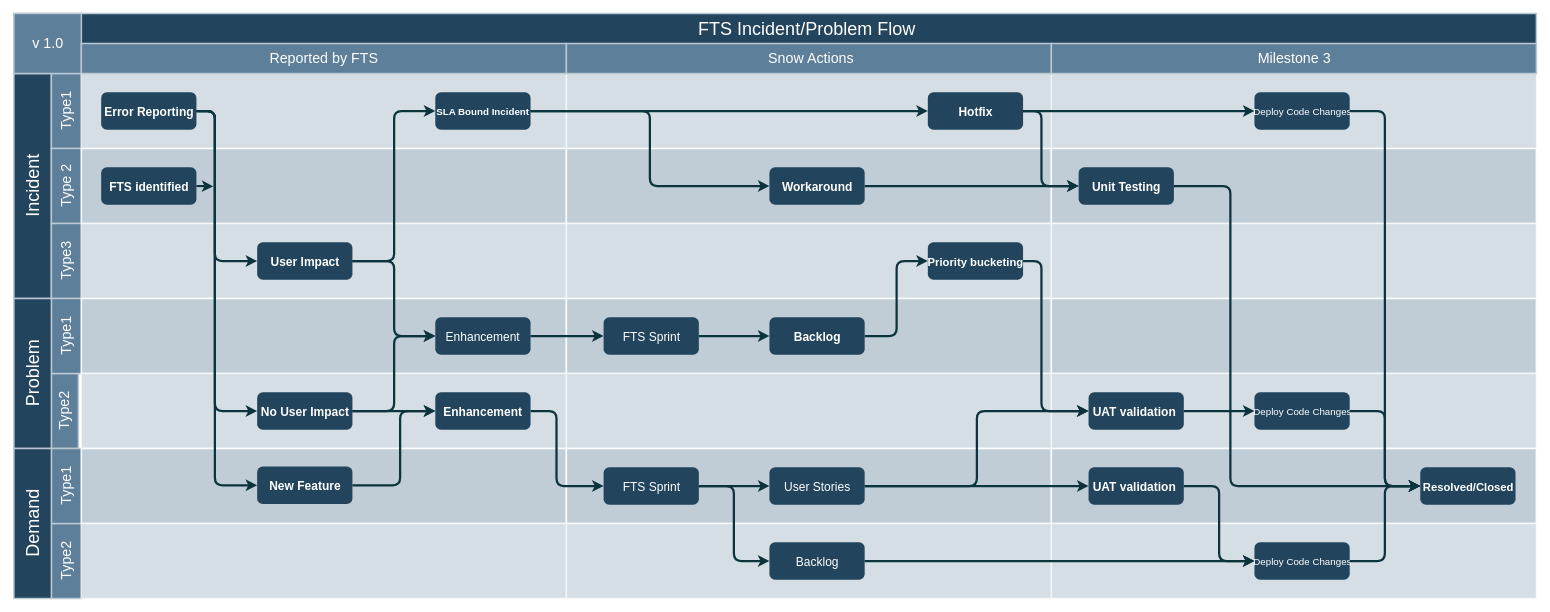
Above: FTS-incident-problem-flow.drawio in mainakdey-oa/diagramit (draw.io), before the change. Source tidied: cells renumbered, new cells numbered last; positions are measured from the earlier drawing's top-left corner, leaving out a move shared by most shapes. Both pictures are drawn from the tidied source at 75%, with x=0, y=0 at pixel (14, 13).
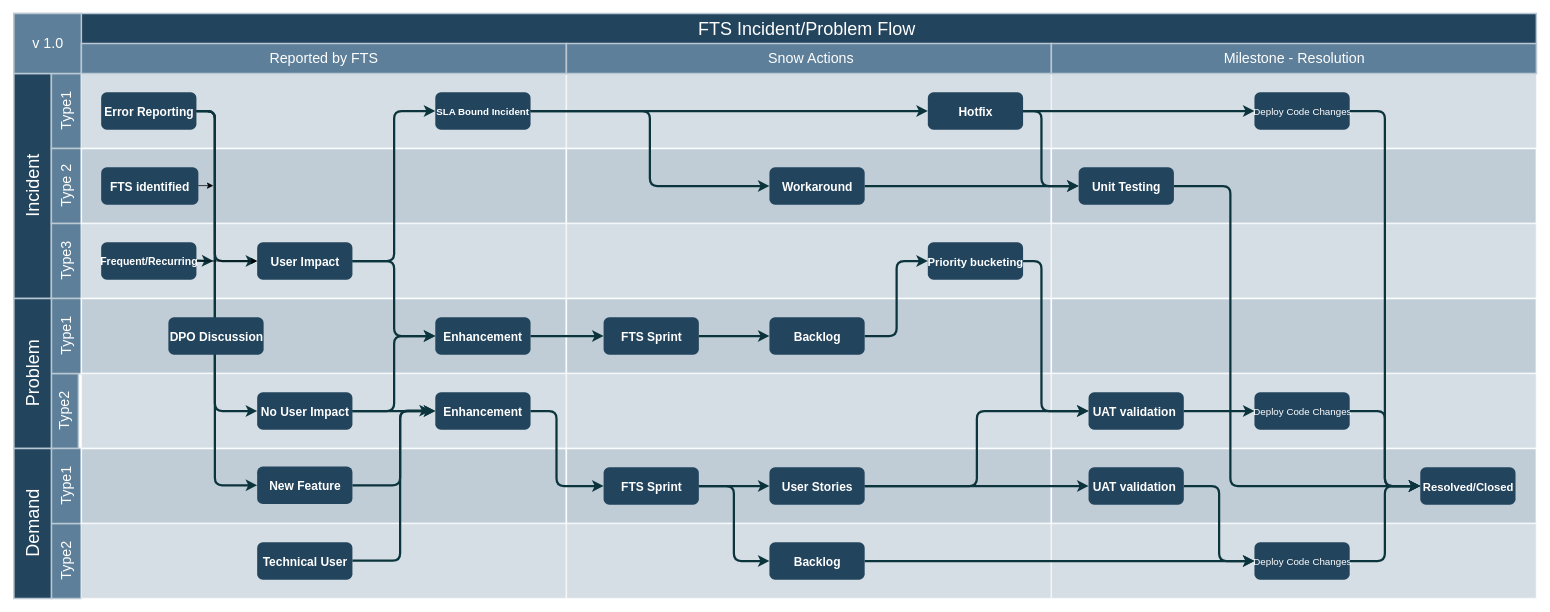
The same page after the edit.

The change refers to these unchanged cells:
```xml
<mxCell id="36" value="&lt;b style=&quot;font-size: 16px;&quot;&gt;&lt;font color=&quot;#ffffff&quot; style=&quot;font-size: 16px;&quot;&gt;Error Reporting&lt;/font&gt;&lt;/b&gt;" style="rounded=1;fillColor=#23445D;strokeColor=none;strokeWidth=2;fontFamily=Helvetica;html=1;gradientColor=none;fontSize=16;" parent="1" vertex="1">
  <mxGeometry x="116.4" y="105.5" width="127" height="50" as="geometry" />
</mxCell>
<mxCell id="38" value="&lt;font size=&quot;1&quot; color=&quot;#ffffff&quot;&gt;&lt;b style=&quot;font-size: 16px;&quot;&gt;User Impact&lt;/b&gt;&lt;/font&gt;" style="rounded=1;fillColor=#23445D;strokeColor=none;strokeWidth=2;fontFamily=Helvetica;html=1;gradientColor=none;" parent="1" vertex="1">
  <mxGeometry x="324.4" y="305.5" width="127" height="50" as="geometry" />
</mxCell>
<mxCell id="41" value="&lt;b&gt;&lt;font style=&quot;font-size: 16px;&quot; color=&quot;#ffffff&quot;&gt;New Feature&lt;/font&gt;&lt;/b&gt;" style="rounded=1;fillColor=#23445D;strokeColor=none;strokeWidth=2;fontFamily=Helvetica;html=1;gradientColor=none;" parent="1" vertex="1">
  <mxGeometry x="324.4" y="604.5" width="127" height="50" as="geometry" />
</mxCell>
<mxCell id="86" value="FTS" style="group;" parent="1" vertex="1">
  <mxGeometry x="90" y="40.5" width="646.7" height="40" as="geometry" />
</mxCell>
```

Change to the diagram source:
```diff
@@
-    <mxCell id="39" value="&lt;font style=&quot;font-size: 16px;&quot; color=&quot;#ffffff&quot;&gt;Enhancement&lt;/font&gt;" style="rounded=1;fillColor=#23445D;strokeColor=none;strokeWidth=2;fontFamily=Helvetica;html=1;gradientColor=none;" parent="1" vertex="1">
+    <mxCell id="39" value="&lt;font style=&quot;font-size: 16px;&quot; color=&quot;#ffffff&quot;&gt;&lt;b&gt;Enhancement&lt;/b&gt;&lt;/font&gt;" style="rounded=1;fillColor=#23445D;strokeColor=none;strokeWidth=2;fontFamily=Helvetica;html=1;gradientColor=none;" parent="1" vertex="1">
       <mxGeometry x="561.9" y="405.5" width="127" height="50" as="geometry" />
     </mxCell>
@@
-    <mxCell id="47" value="&lt;font style=&quot;font-size: 16px;&quot; color=&quot;#ffffff&quot;&gt;Backlog&lt;/font&gt;" style="rounded=1;fillColor=#23445D;strokeColor=none;strokeWidth=2;fontFamily=Helvetica;html=1;gradientColor=none;" parent="1" vertex="1">
+    <mxCell id="47" value="&lt;font style=&quot;font-size: 16px;&quot; color=&quot;#ffffff&quot;&gt;&lt;b&gt;Backlog&lt;/b&gt;&lt;/font&gt;" style="rounded=1;fillColor=#23445D;strokeColor=none;strokeWidth=2;fontFamily=Helvetica;html=1;gradientColor=none;" parent="1" vertex="1">
       <mxGeometry x="1007.4" y="705.5" width="127" height="50" as="geometry" />
     </mxCell>
-    <mxCell id="48" value="&lt;font style=&quot;font-size: 16px;&quot; color=&quot;#ffffff&quot;&gt;FTS Sprint&lt;/font&gt;" style="rounded=1;fillColor=#23445D;strokeColor=none;strokeWidth=2;fontFamily=Helvetica;html=1;gradientColor=none;" parent="1" vertex="1">
+    <mxCell id="48" value="&lt;font style=&quot;font-size: 16px;&quot; color=&quot;#ffffff&quot;&gt;&lt;b&gt;FTS Sprint&lt;/b&gt;&lt;/font&gt;" style="rounded=1;fillColor=#23445D;strokeColor=none;strokeWidth=2;fontFamily=Helvetica;html=1;gradientColor=none;" parent="1" vertex="1">
       <mxGeometry x="786.3" y="605.5" width="127" height="50" as="geometry" />
     </mxCell>
-    <mxCell id="49" value="&lt;font style=&quot;font-size: 16px;&quot; color=&quot;#ffffff&quot;&gt;User Stories&lt;/font&gt;" style="rounded=1;fillColor=#23445D;strokeColor=none;strokeWidth=2;fontFamily=Helvetica;html=1;gradientColor=none;" parent="1" vertex="1">
+    <mxCell id="49" value="&lt;font style=&quot;font-size: 16px;&quot; color=&quot;#ffffff&quot;&gt;&lt;b&gt;User Stories&lt;/b&gt;&lt;/font&gt;" style="rounded=1;fillColor=#23445D;strokeColor=none;strokeWidth=2;fontFamily=Helvetica;html=1;gradientColor=none;" parent="1" vertex="1">
       <mxGeometry x="1007.4" y="605.5" width="127" height="50" as="geometry" />
     </mxCell>
-    <mxCell id="50" value="&lt;font style=&quot;font-size: 16px;&quot; color=&quot;#ffffff&quot;&gt;FTS Sprint&lt;/font&gt;" style="rounded=1;fillColor=#23445D;strokeColor=none;strokeWidth=2;fontFamily=Helvetica;html=1;gradientColor=none;" parent="1" vertex="1">
+    <mxCell id="50" value="&lt;font style=&quot;font-size: 16px;&quot; color=&quot;#ffffff&quot;&gt;&lt;b&gt;FTS Sprint&lt;/b&gt;&lt;/font&gt;" style="rounded=1;fillColor=#23445D;strokeColor=none;strokeWidth=2;fontFamily=Helvetica;html=1;gradientColor=none;" parent="1" vertex="1">
       <mxGeometry x="786.3" y="405.5" width="127" height="50" as="geometry" />
     </mxCell>
@@
     <mxCell id="59" style="edgeStyle=elbowEdgeStyle;elbow=horizontal;strokeWidth=3;strokeColor=#0C343D;fontFamily=Helvetica;html=1;" parent="1" edge="1" source="36" target="41">
-      <mxGeometry x="6.4" y="830.5" as="geometry">
+      <mxGeometry as="geometry">
         <Array as="points">
+          <mxPoint x="268" y="400" />
           <mxPoint x="268" y="252.5" />
         </Array>
       </mxGeometry>
     </mxCell>
@@
-    <mxCell id="89" value="Milestone 3" style="strokeColor=#BAC8D3;fillColor=#5d7f99;fontSize=19;strokeWidth=2;fontFamily=Helvetica;html=1;labelBackgroundColor=none;fontColor=#FFFFFF;" parent="86" vertex="1">
+    <mxCell id="89" value="Milestone - Resolution" style="strokeColor=#BAC8D3;fillColor=#5d7f99;fontSize=19;strokeWidth=2;fontFamily=Helvetica;html=1;labelBackgroundColor=none;fontColor=#FFFFFF;" parent="86" vertex="1">
       <mxGeometry x="1293.3" width="646.7" height="40" as="geometry" />
     </mxCell>
     <mxCell id="90" value="&lt;b&gt;&lt;font style=&quot;font-size: 16px;&quot; color=&quot;#ffffff&quot;&gt;FTS identified&lt;/font&gt;&lt;/b&gt;" style="rounded=1;fillColor=#23445D;strokeColor=none;strokeWidth=2;fontFamily=Helvetica;html=1;gradientColor=none;" parent="1" vertex="1">
-      <mxGeometry x="116.4" y="205.5" width="127" height="50" as="geometry" />
+      <mxGeometry x="116.4" y="205.5" width="129.6" height="50" as="geometry" />
     </mxCell>
     <mxCell id="91" style="rounded=1;jumpStyle=none;html=1;exitX=1;exitY=0.5;labelBackgroundColor=#ffffff;startArrow=none;startFill=0;endArrow=classic;jettySize=auto;orthogonalLoop=1;strokeColor=#0C343D;strokeWidth=3;fontFamily=Helvetica;fontSize=11;fontColor=#000000;" parent="1" edge="1">
       <mxGeometry relative="1" as="geometry">
-        <mxPoint x="243.4" y="230.5" as="sourcePoint" />
-        <mxPoint x="266" y="231" as="targetPoint" />
+        <mxPoint x="243.4" y="330" as="sourcePoint" />
+        <mxPoint x="266" y="330.5" as="targetPoint" />
       </mxGeometry>
     </mxCell>
+    <mxCell id="92" value="&lt;font size=&quot;1&quot; color=&quot;#ffffff&quot;&gt;&lt;b style=&quot;font-size: 16px;&quot;&gt;DPO Discussion&lt;/b&gt;&lt;/font&gt;" style="rounded=1;fillColor=#23445D;strokeColor=none;strokeWidth=2;fontFamily=Helvetica;html=1;gradientColor=none;" parent="1" vertex="1">
+      <mxGeometry x="206" y="405.5" width="127" height="50" as="geometry" />
+    </mxCell>
+    <mxCell id="93" style="edgeStyle=none;rounded=0;jettySize=auto;html=1;fontSize=14;fontColor=#FFFFFF;" parent="1" edge="1" source="94" target="38">
+      <mxGeometry relative="1" as="geometry" />
+    </mxCell>
+    <mxCell id="94" value="&lt;b&gt;&lt;font style=&quot;font-size: 14px;&quot; color=&quot;#ffffff&quot;&gt;Frequent/Recurring&lt;/font&gt;&lt;/b&gt;" style="rounded=1;fillColor=#23445D;strokeColor=none;strokeWidth=2;fontFamily=Helvetica;html=1;gradientColor=none;" parent="1" vertex="1">
+      <mxGeometry x="116.4" y="305.5" width="127" height="50" as="geometry" />
+    </mxCell>
+    <mxCell id="95" style="edgeStyle=none;rounded=1;orthogonalLoop=1;jettySize=auto;html=1;fontSize=14;fontColor=#FFFFFF;" parent="1" edge="1">
+      <mxGeometry relative="1" as="geometry">
+        <mxPoint x="246" y="230" as="sourcePoint" />
+        <mxPoint x="266" y="230" as="targetPoint" />
+      </mxGeometry>
+    </mxCell>
+    <mxCell id="96" value="&lt;b&gt;&lt;font style=&quot;font-size: 16px;&quot; color=&quot;#ffffff&quot;&gt;Technical User&lt;/font&gt;&lt;/b&gt;" style="rounded=1;fillColor=#23445D;strokeColor=none;strokeWidth=2;fontFamily=Helvetica;html=1;gradientColor=none;" parent="1" vertex="1">
+      <mxGeometry x="324.4" y="705.5" width="127" height="50" as="geometry" />
+    </mxCell>
+    <mxCell id="97" style="edgeStyle=elbowEdgeStyle;elbow=horizontal;strokeWidth=3;strokeColor=#0C343D;fontFamily=Helvetica;html=1;" parent="1" edge="1">
+      <mxGeometry x="6.4" y="931" as="geometry">
+        <mxPoint x="451.4" y="730" as="sourcePoint" />
+        <mxPoint x="556" y="530" as="targetPoint" />
+        <Array as="points">
+          <mxPoint x="515" y="685" />
+        </Array>
+      </mxGeometry>
+    </mxCell>
```
